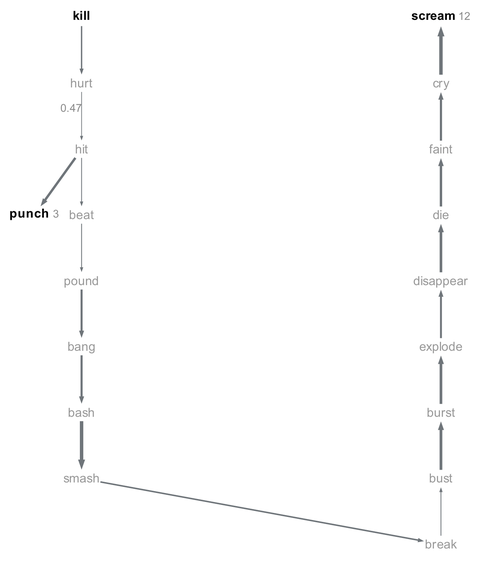
This is experiments/displacement/chain_of_connections/figures/ci_chain_crossing_n2.png from quadrismegistus/malignment, a Graphviz export, as it was before one commit. Its source is kept beside it as experiments/displacement/chain_of_connections/figures/ci_chain_crossing_n2.dot.
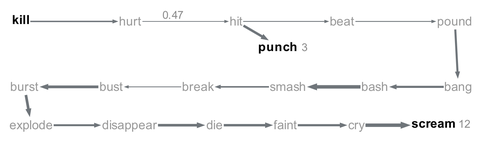
After the change.

The edit, as a diff of the source:
```diff
@@ -1,25 +1,25 @@
 digraph {
   graph [bgcolor=white margin=0.02];
-  node [shape=plaintext fontname="Arial" fontsize=8.0 height=0.16 width=0.01 margin="0.01,0.005"];
+  node [shape=plaintext fontname="Arial" fontsize=8.0 height=0.14 width=0.01 margin="0.01,0.005"];
   edge [arrowsize=0.2 color="#6f757a"];
-  "kill" [label=<<B>kill</B>> pos="56.0,348.5!"];
-  "hurt" [label="hurt" fontcolor="#999999" pos="56.0,306.4!"];
-  "hit" [label="hit" fontcolor="#999999" pos="56.0,264.2!"];
-  "beat" [label="beat" fontcolor="#999999" pos="56.0,222.1!"];
-  "pound" [label="pound" fontcolor="#999999" pos="56.0,180.0!"];
-  "bang" [label="bang" fontcolor="#999999" pos="56.0,137.9!"];
-  "bash" [label="bash" fontcolor="#999999" pos="56.0,95.8!"];
-  "smash" [label="smash" fontcolor="#999999" pos="56.0,53.6!"];
-  "break" [label="break" fontcolor="#999999" pos="286.0,11.5!"];
-  "bust" [label="bust" fontcolor="#999999" pos="286.0,53.6!"];
-  "burst" [label="burst" fontcolor="#999999" pos="286.0,95.8!"];
-  "explode" [label="explode" fontcolor="#999999" pos="286.0,137.9!"];
-  "disappear" [label="disappear" fontcolor="#999999" pos="286.0,180.0!"];
-  "die" [label="die" fontcolor="#999999" pos="286.0,222.1!"];
-  "faint" [label="faint" fontcolor="#999999" pos="286.0,264.2!"];
-  "cry" [label="cry" fontcolor="#999999" pos="286.0,306.4!"];
-  "scream" [label=<<B>scream</B> <FONT POINT-SIZE="7" COLOR="#8a8a8a">12</FONT>> pos="286.0,348.5!"];
-  "punch" [label=<<B>punch</B> <FONT POINT-SIZE="7" COLOR="#8a8a8a">3</FONT>> pos="25.7,222.1!"];
+  "kill" [label=<<B>kill</B>> pos="16.0,99.4!"];
+  "hurt" [label="hurt" fontcolor="#999999" pos="85.9,99.4!"];
+  "hit" [label="hit" fontcolor="#999999" pos="153.7,99.4!"];
+  "beat" [label="beat" fontcolor="#999999" pos="221.4,99.4!"];
+  "pound" [label="pound" fontcolor="#999999" pos="293.6,99.4!"];
+  "burst" [label="burst" fontcolor="#999999" pos="18.2,57.6!"];
+  "bust" [label="bust" fontcolor="#999999" pos="73.7,57.6!"];
+  "break" [label="break" fontcolor="#999999" pos="129.2,57.6!"];
+  "smash" [label="smash" fontcolor="#999999" pos="186.9,57.6!"];
+  "bash" [label="bash" fontcolor="#999999" pos="242.4,57.6!"];
+  "bang" [label="bang" fontcolor="#999999" pos="295.8,57.6!"];
+  "explode" [label="explode" fontcolor="#999999" pos="22.6,33.1!"];
+  "disappear" [label="disappear" fontcolor="#999999" pos="85.6,33.1!"];
+  "die" [label="die" fontcolor="#999999" pos="139.8,33.1!"];
+  "faint" [label="faint" fontcolor="#999999" pos="185.2,33.1!"];
+  "cry" [label="cry" fontcolor="#999999" pos="230.6,33.1!"];
+  "scream" [label=<<B>scream</B> <FONT POINT-SIZE="7" COLOR="#8a8a8a">12</FONT>> pos="284.8,33.1!"];
+  "punch" [label=<<B>punch</B> <FONT POINT-SIZE="7" COLOR="#8a8a8a">3</FONT>> pos="183.5,82.1!"];
   "bang" -> "bash" [penwidth=1.34];
   "bash" -> "smash" [penwidth=2.20];
   "beat" -> "pound" [penwidth=0.54];
```
